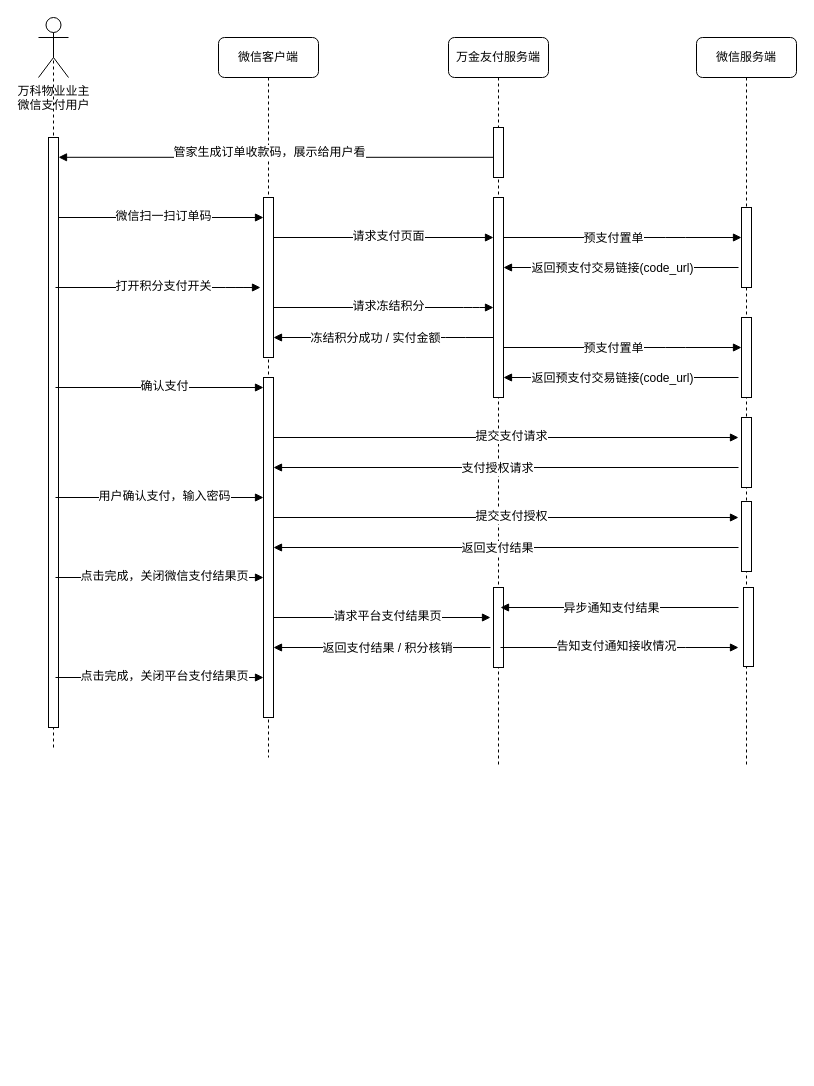
This is page "场景4-客户扫物业收款码支付" (4 of 4) of Member_Marketing_20191203.drawio from firefirefirewood/Hello-World, a draw.io file, before an edit. Source tidied: cells renumbered, new cells numbered last; positions are measured from the earlier drawing's top-left corner, leaving out a move shared by most shapes. Both pictures are drawn from the tidied source at 100%, with x=0, y=0 at pixel (38, 17).
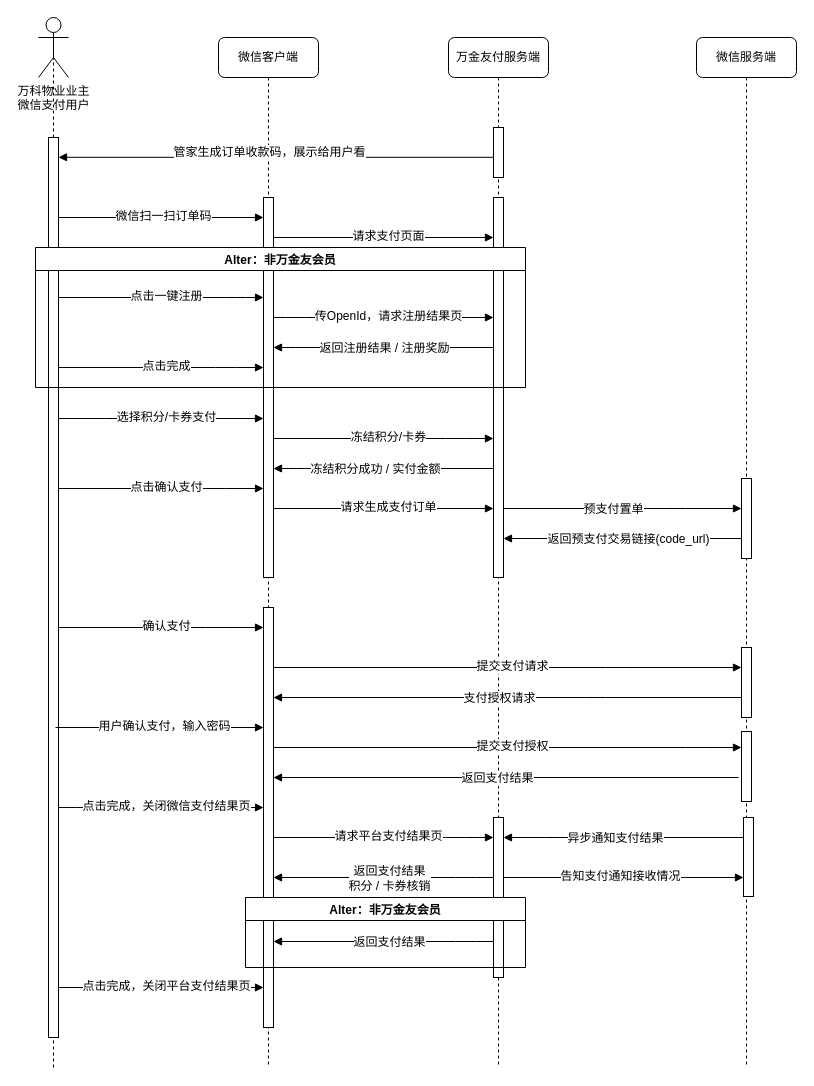
The same diagram, later.

The change refers to these unchanged cells:
```xml
<mxCell id="18" value="万科物业业主&lt;br&gt;微信支付用户" style="shape=umlActor;verticalLabelPosition=bottom;labelBackgroundColor=#ffffff;verticalAlign=top;html=1;outlineConnect=0;" parent="1" vertex="1">
  <mxGeometry width="30" height="60" as="geometry" />
</mxCell>
```

Diff of the diagram source:
```diff
@@
     <mxCell id="2" value="万金友付服务端" style="shape=umlLifeline;perimeter=lifelinePerimeter;whiteSpace=wrap;html=1;rounded=1;shadow=0;comic=0;labelBackgroundColor=none;strokeWidth=1;fontFamily=Verdana;fontSize=12;align=center;" parent="1" vertex="1">
-      <mxGeometry x="410" y="20" width="100" height="730" as="geometry" />
+      <mxGeometry x="410" y="20" width="100" height="1030" as="geometry" />
     </mxCell>
@@
     <mxCell id="4" style="html=1;points=[];perimeter=orthogonalPerimeter;rounded=0;shadow=0;comic=0;labelBackgroundColor=none;strokeWidth=1;fontFamily=Verdana;fontSize=12;align=center;" parent="2" vertex="1">
-      <mxGeometry x="45" y="160" width="10" height="200" as="geometry" />
+      <mxGeometry x="45" y="160" width="10" height="380" as="geometry" />
     </mxCell>
     <mxCell id="5" style="html=1;points=[];perimeter=orthogonalPerimeter;rounded=0;shadow=0;comic=0;labelBackgroundColor=none;strokeWidth=1;fontFamily=Verdana;fontSize=12;align=center;" parent="2" vertex="1">
-      <mxGeometry x="45" y="550" width="10" height="80" as="geometry" />
+      <mxGeometry x="45" y="780" width="10" height="160" as="geometry" />
     </mxCell>
     <mxCell id="6" value="微信服务端" style="shape=umlLifeline;perimeter=lifelinePerimeter;whiteSpace=wrap;html=1;rounded=1;shadow=0;comic=0;labelBackgroundColor=none;strokeWidth=1;fontFamily=Verdana;fontSize=12;align=center;" parent="1" vertex="1">
-      <mxGeometry x="658" y="20" width="100" height="730" as="geometry" />
+      <mxGeometry x="658" y="20" width="100" height="1030" as="geometry" />
     </mxCell>
     <mxCell id="7" style="html=1;points=[];perimeter=orthogonalPerimeter;rounded=0;shadow=0;comic=0;labelBackgroundColor=none;strokeWidth=1;fontFamily=Verdana;fontSize=12;align=center;" parent="6" vertex="1">
-      <mxGeometry x="45" y="380" width="10" height="70" as="geometry" />
+      <mxGeometry x="45" y="610" width="10" height="70" as="geometry" />
     </mxCell>
     <mxCell id="8" style="html=1;points=[];perimeter=orthogonalPerimeter;rounded=0;shadow=0;comic=0;labelBackgroundColor=none;strokeWidth=1;fontFamily=Verdana;fontSize=12;align=center;" parent="6" vertex="1">
-      <mxGeometry x="45" y="464" width="10" height="70" as="geometry" />
+      <mxGeometry x="45" y="694" width="10" height="70" as="geometry" />
     </mxCell>
     <mxCell id="9" style="html=1;points=[];perimeter=orthogonalPerimeter;rounded=0;shadow=0;comic=0;labelBackgroundColor=none;strokeWidth=1;fontFamily=Verdana;fontSize=12;align=center;" parent="6" vertex="1">
-      <mxGeometry x="47" y="550" width="10" height="79" as="geometry" />
+      <mxGeometry x="47" y="780" width="10" height="79" as="geometry" />
     </mxCell>
     <mxCell id="10" style="html=1;points=[];perimeter=orthogonalPerimeter;rounded=0;shadow=0;comic=0;labelBackgroundColor=none;strokeWidth=1;fontFamily=Verdana;fontSize=12;align=center;" parent="6" vertex="1">
-      <mxGeometry x="45" y="280" width="10" height="80" as="geometry" />
+      <mxGeometry x="45" y="441" width="10" height="80" as="geometry" />
     </mxCell>
     <mxCell id="11" value="微信客户端" style="shape=umlLifeline;perimeter=lifelinePerimeter;whiteSpace=wrap;html=1;rounded=1;shadow=0;comic=0;labelBackgroundColor=none;strokeWidth=1;fontFamily=Verdana;fontSize=12;align=center;" parent="1" vertex="1">
-      <mxGeometry x="180" y="20" width="100" height="720" as="geometry" />
+      <mxGeometry x="180" y="20" width="100" height="1030" as="geometry" />
     </mxCell>
     <mxCell id="12" style="html=1;points=[];perimeter=orthogonalPerimeter;rounded=0;shadow=0;comic=0;labelBackgroundColor=none;strokeWidth=1;fontFamily=Verdana;fontSize=12;align=center;" parent="11" vertex="1">
-      <mxGeometry x="45" y="160" width="10" height="160" as="geometry" />
+      <mxGeometry x="45" y="160" width="10" height="380" as="geometry" />
     </mxCell>
     <mxCell id="13" style="html=1;points=[];perimeter=orthogonalPerimeter;rounded=0;shadow=0;comic=0;labelBackgroundColor=none;strokeWidth=1;fontFamily=Verdana;fontSize=12;align=center;" parent="11" vertex="1">
-      <mxGeometry x="45" y="340" width="10" height="340" as="geometry" />
+      <mxGeometry x="45" y="570" width="10" height="420" as="geometry" />
     </mxCell>
@@
     <mxCell id="19" style="endArrow=none;dashed=1;html=1;strokeColor=#000000;entryX=0.5;entryY=0.5;entryDx=0;entryDy=0;entryPerimeter=0;" parent="1" edge="1" target="18">
       <mxGeometry relative="1" as="geometry">
-        <mxPoint x="15" y="730" as="sourcePoint" />
+        <mxPoint x="15" y="1050" as="sourcePoint" />
       </mxGeometry>
     </mxCell>
     <mxCell id="20" style="html=1;points=[];perimeter=orthogonalPerimeter;rounded=0;shadow=0;comic=0;labelBackgroundColor=none;strokeWidth=1;fontFamily=Verdana;fontSize=12;align=center;" parent="1" vertex="1">
-      <mxGeometry x="10" y="120" width="10" height="590" as="geometry" />
+      <mxGeometry x="10" y="120" width="10" height="900" as="geometry" />
     </mxCell>
     <mxCell id="21" style="html=1;verticalAlign=bottom;endArrow=block;labelBackgroundColor=none;fontFamily=Verdana;fontSize=12;elbow=vertical;" parent="1" edge="1">
       <mxGeometry relative="1" as="geometry">
-        <mxPoint x="235" y="290" as="sourcePoint" />
-        <mxPoint x="455" y="290" as="targetPoint" />
+        <mxPoint x="235" y="421" as="sourcePoint" />
+        <mxPoint x="455" y="421" as="targetPoint" />
         <Array as="points">
-          <mxPoint x="435" y="290" />
+          <mxPoint x="417" y="421" />
         </Array>
       </mxGeometry>
     </mxCell>
-    <mxCell id="22" value="请求冻结积分" style="text;html=1;align=center;verticalAlign=middle;labelBackgroundColor=#ffffff;" parent="21" vertex="1">
+    <mxCell id="22" value="冻结积分/卡券" style="text;html=1;align=center;verticalAlign=middle;labelBackgroundColor=#ffffff;" parent="21" vertex="1">
       <mxGeometry y="-10" relative="1" as="geometry">
         <mxPoint x="4.5" y="-12" as="offset" />
       </mxGeometry>
     </mxCell>
     <mxCell id="23" style="html=1;verticalAlign=bottom;endArrow=block;labelBackgroundColor=none;fontFamily=Verdana;fontSize=12;elbow=vertical;" parent="1" edge="1">
       <mxGeometry relative="1" as="geometry">
-        <mxPoint x="455" y="320" as="sourcePoint" />
-        <mxPoint x="235" y="320" as="targetPoint" />
+        <mxPoint x="455" y="451" as="sourcePoint" />
+        <mxPoint x="235" y="451" as="targetPoint" />
         <Array as="points">
-          <mxPoint x="417" y="320" />
+          <mxPoint x="257" y="451" />
         </Array>
       </mxGeometry>
     </mxCell>
@@
-    <mxCell id="25" style="html=1;verticalAlign=bottom;endArrow=block;labelBackgroundColor=none;fontFamily=Verdana;fontSize=12;elbow=vertical;" parent="1" edge="1" source="4" target="10">
+    <mxCell id="25" style="html=1;verticalAlign=bottom;endArrow=block;labelBackgroundColor=none;fontFamily=Verdana;fontSize=12;elbow=vertical;" parent="1" edge="1">
       <mxGeometry relative="1" as="geometry">
+        <mxPoint x="465" y="491" as="sourcePoint" />
+        <mxPoint x="703" y="491" as="targetPoint" />
         <Array as="points">
-          <mxPoint x="637" y="330" />
+          <mxPoint x="637" y="491" />
         </Array>
       </mxGeometry>
     </mxCell>
@@
-    <mxCell id="27" style="html=1;verticalAlign=bottom;endArrow=block;labelBackgroundColor=none;fontFamily=Verdana;fontSize=12;elbow=vertical;" parent="1" edge="1" target="4">
+    <mxCell id="27" style="html=1;verticalAlign=bottom;endArrow=block;labelBackgroundColor=none;fontFamily=Verdana;fontSize=12;elbow=vertical;" parent="1" edge="1" source="10">
       <mxGeometry relative="1" as="geometry">
-        <mxPoint x="700" y="360" as="sourcePoint" />
+        <mxPoint x="465" y="521" as="targetPoint" />
       </mxGeometry>
     </mxCell>
     <mxCell id="28" value="返回预支付交易链接(code_url)" style="text;html=1;align=center;verticalAlign=middle;labelBackgroundColor=#ffffff;" parent="27" vertex="1">
       <mxGeometry y="-10" relative="1" as="geometry">
-        <mxPoint x="-9" y="10" as="offset" />
+        <mxPoint x="5" y="10" as="offset" />
       </mxGeometry>
     </mxCell>
-    <mxCell id="29" style="html=1;verticalAlign=bottom;endArrow=block;labelBackgroundColor=none;fontFamily=Verdana;fontSize=12;elbow=vertical;" parent="1" edge="1">
+    <mxCell id="29" style="html=1;verticalAlign=bottom;endArrow=block;labelBackgroundColor=none;fontFamily=Verdana;fontSize=12;elbow=vertical;" parent="1" edge="1" source="13" target="7">
       <mxGeometry relative="1" as="geometry">
-        <mxPoint x="235" y="420" as="sourcePoint" />
-        <mxPoint x="700" y="420" as="targetPoint" />
+        <Array as="points">
+          <mxPoint x="577" y="650" />
+        </Array>
       </mxGeometry>
     </mxCell>
@@
-    <mxCell id="31" style="html=1;verticalAlign=bottom;endArrow=block;labelBackgroundColor=none;fontFamily=Verdana;fontSize=12;elbow=vertical;" parent="1" edge="1" target="13">
+    <mxCell id="31" style="html=1;verticalAlign=bottom;endArrow=block;labelBackgroundColor=none;fontFamily=Verdana;fontSize=12;elbow=vertical;" parent="1" edge="1" source="7" target="13">
       <mxGeometry relative="1" as="geometry">
-        <mxPoint x="700" y="450" as="sourcePoint" />
+        <Array as="points">
+          <mxPoint x="557" y="680" />
+        </Array>
       </mxGeometry>
     </mxCell>
@@
     <mxCell id="33" style="html=1;verticalAlign=bottom;endArrow=block;labelBackgroundColor=none;fontFamily=Verdana;fontSize=12;elbow=vertical;" parent="1" edge="1">
       <mxGeometry relative="1" as="geometry">
-        <mxPoint x="17" y="480" as="sourcePoint" />
-        <mxPoint x="225" y="480" as="targetPoint" />
+        <mxPoint x="17" y="710" as="sourcePoint" />
+        <mxPoint x="225" y="710" as="targetPoint" />
       </mxGeometry>
     </mxCell>
@@
-    <mxCell id="35" style="html=1;verticalAlign=bottom;endArrow=block;labelBackgroundColor=none;fontFamily=Verdana;fontSize=12;elbow=vertical;" parent="1" edge="1" source="13">
+    <mxCell id="35" style="html=1;verticalAlign=bottom;endArrow=block;labelBackgroundColor=none;fontFamily=Verdana;fontSize=12;elbow=vertical;" parent="1" edge="1" source="13" target="8">
       <mxGeometry relative="1" as="geometry">
-        <mxPoint x="700" y="500" as="targetPoint" />
+        <Array as="points">
+          <mxPoint x="657" y="730" />
+        </Array>
       </mxGeometry>
     </mxCell>
@@
     <mxCell id="37" style="html=1;verticalAlign=bottom;endArrow=block;labelBackgroundColor=none;fontFamily=Verdana;fontSize=12;elbow=vertical;" parent="1" edge="1" target="13">
       <mxGeometry relative="1" as="geometry">
-        <mxPoint x="700" y="530" as="sourcePoint" />
+        <mxPoint x="700" y="760" as="sourcePoint" />
       </mxGeometry>
     </mxCell>
@@
-    <mxCell id="39" style="html=1;verticalAlign=bottom;endArrow=block;labelBackgroundColor=none;fontFamily=Verdana;fontSize=12;elbow=vertical;" parent="1" edge="1">
+    <mxCell id="39" style="html=1;verticalAlign=bottom;endArrow=block;labelBackgroundColor=none;fontFamily=Verdana;fontSize=12;elbow=vertical;" parent="1" edge="1" source="5" target="9">
       <mxGeometry relative="1" as="geometry">
-        <mxPoint x="462" y="630" as="sourcePoint" />
-        <mxPoint x="700" y="630" as="targetPoint" />
         <Array as="points">
-          <mxPoint x="637" y="630" />
+          <mxPoint x="637" y="860" />
         </Array>
       </mxGeometry>
     </mxCell>
@@
-    <mxCell id="41" style="html=1;verticalAlign=bottom;endArrow=block;labelBackgroundColor=none;fontFamily=Verdana;fontSize=12;elbow=vertical;" parent="1" edge="1">
+    <mxCell id="41" style="html=1;verticalAlign=bottom;endArrow=block;labelBackgroundColor=none;fontFamily=Verdana;fontSize=12;elbow=vertical;" parent="1" edge="1" source="9" target="5">
       <mxGeometry relative="1" as="geometry">
-        <mxPoint x="700" y="590" as="sourcePoint" />
-        <mxPoint x="462" y="590" as="targetPoint" />
+        <Array as="points">
+          <mxPoint x="517" y="820" />
+        </Array>
       </mxGeometry>
     </mxCell>
@@
     <mxCell id="43" style="html=1;verticalAlign=bottom;endArrow=block;labelBackgroundColor=none;fontFamily=Verdana;fontSize=12;elbow=vertical;" parent="1" edge="1" target="13">
       <mxGeometry relative="1" as="geometry">
-        <mxPoint x="17" y="560" as="sourcePoint" />
+        <mxPoint x="20" y="790" as="sourcePoint" />
+        <Array as="points">
+          <mxPoint x="27" y="790" />
+        </Array>
       </mxGeometry>
     </mxCell>
@@
-    <mxCell id="45" style="html=1;verticalAlign=bottom;endArrow=block;labelBackgroundColor=none;fontFamily=Verdana;fontSize=12;elbow=vertical;" parent="1" edge="1" source="13">
+    <mxCell id="45" style="html=1;verticalAlign=bottom;endArrow=block;labelBackgroundColor=none;fontFamily=Verdana;fontSize=12;elbow=vertical;" parent="1" edge="1" source="13" target="5">
       <mxGeometry relative="1" as="geometry">
-        <mxPoint x="452" y="600" as="targetPoint" />
+        <Array as="points">
+          <mxPoint x="417" y="820" />
+        </Array>
       </mxGeometry>
     </mxCell>
@@
-    <mxCell id="47" style="html=1;verticalAlign=bottom;endArrow=block;labelBackgroundColor=none;fontFamily=Verdana;fontSize=12;elbow=vertical;" parent="1" edge="1" target="13">
+    <mxCell id="47" style="html=1;verticalAlign=bottom;endArrow=block;labelBackgroundColor=none;fontFamily=Verdana;fontSize=12;elbow=vertical;" parent="1" edge="1" source="5" target="13">
       <mxGeometry relative="1" as="geometry">
-        <mxPoint x="452" y="630" as="sourcePoint" />
+        <Array as="points">
+          <mxPoint x="427" y="860" />
+        </Array>
       </mxGeometry>
     </mxCell>
-    <mxCell id="48" value="返回支付结果 / 积分核销" style="text;html=1;align=center;verticalAlign=middle;labelBackgroundColor=#ffffff;" parent="47" vertex="1">
+    <mxCell id="48" value="返回支付结果&lt;br&gt;积分 /&amp;nbsp;卡券核销" style="text;html=1;align=center;verticalAlign=middle;labelBackgroundColor=#ffffff;" parent="47" vertex="1">
       <mxGeometry y="-10" relative="1" as="geometry">
         <mxPoint x="5.5" y="10" as="offset" />
       </mxGeometry>
     </mxCell>
     <mxCell id="49" style="html=1;verticalAlign=bottom;endArrow=block;labelBackgroundColor=none;fontFamily=Verdana;fontSize=12;elbow=vertical;" parent="1" edge="1">
       <mxGeometry relative="1" as="geometry">
-        <mxPoint x="17" y="660" as="sourcePoint" />
-        <mxPoint x="225" y="660" as="targetPoint" />
+        <mxPoint x="20" y="970" as="sourcePoint" />
+        <mxPoint x="225" y="970" as="targetPoint" />
       </mxGeometry>
     </mxCell>
@@
     <mxCell id="51" style="html=1;verticalAlign=bottom;endArrow=block;labelBackgroundColor=none;fontFamily=Verdana;fontSize=12;elbow=vertical;" parent="1" edge="1">
       <mxGeometry relative="1" as="geometry">
-        <mxPoint x="17" y="270" as="sourcePoint" />
-        <mxPoint x="222" y="270" as="targetPoint" />
+        <mxPoint x="20" y="401" as="sourcePoint" />
+        <mxPoint x="225" y="401" as="targetPoint" />
         <Array as="points">
-          <mxPoint x="197" y="270" />
+          <mxPoint x="77" y="401" />
         </Array>
       </mxGeometry>
     </mxCell>
-    <mxCell id="52" value="打开积分支付开关" style="text;html=1;align=center;verticalAlign=middle;labelBackgroundColor=#ffffff;" parent="51" vertex="1">
+    <mxCell id="52" value="选择积分/卡券支付" style="text;html=1;align=center;verticalAlign=middle;labelBackgroundColor=#ffffff;" parent="51" vertex="1">
       <mxGeometry y="-10" relative="1" as="geometry">
         <mxPoint x="4.5" y="-12" as="offset" />
       </mxGeometry>
     </mxCell>
@@
     <mxCell id="55" style="html=1;verticalAlign=bottom;endArrow=block;labelBackgroundColor=none;fontFamily=Verdana;fontSize=12;elbow=vertical;" parent="1" edge="1" target="13">
       <mxGeometry relative="1" as="geometry">
-        <mxPoint x="17" y="370" as="sourcePoint" />
+        <mxPoint x="20" y="610" as="sourcePoint" />
+        <Array as="points">
+          <mxPoint x="177" y="610" />
+        </Array>
       </mxGeometry>
     </mxCell>
@@
-    <mxCell id="57" style="html=1;perimeter=orthogonalPerimeter;rounded=0;shadow=0;comic=0;labelBackgroundColor=none;strokeWidth=1;fontFamily=Verdana;fontSize=12;align=center;" parent="1" vertex="1">
-      <mxGeometry x="703" y="190" width="10" height="80" as="geometry" />
-    </mxCell>
-    <mxCell id="58" style="html=1;verticalAlign=bottom;endArrow=block;labelBackgroundColor=none;fontFamily=Verdana;fontSize=12;elbow=vertical;" parent="1" edge="1">
-      <mxGeometry relative="1" as="geometry">
-        <mxPoint x="465" y="220" as="sourcePoint" />
-        <mxPoint x="703" y="220" as="targetPoint" />
-        <Array as="points">
-          <mxPoint x="637" y="220" />
-        </Array>
-      </mxGeometry>
-    </mxCell>
-    <mxCell id="59" value="预支付置单" style="text;html=1;align=center;verticalAlign=middle;labelBackgroundColor=#ffffff;" parent="58" vertex="1">
-      <mxGeometry y="-10" relative="1" as="geometry">
-        <mxPoint x="-10" y="-10" as="offset" />
-      </mxGeometry>
-    </mxCell>
-    <mxCell id="60" style="html=1;verticalAlign=bottom;endArrow=block;labelBackgroundColor=none;fontFamily=Verdana;fontSize=12;elbow=vertical;" parent="1" edge="1">
-      <mxGeometry relative="1" as="geometry">
-        <mxPoint x="700" y="250" as="sourcePoint" />
-        <mxPoint x="465" y="250" as="targetPoint" />
-      </mxGeometry>
-    </mxCell>
-    <mxCell id="61" value="返回预支付交易链接(code_url)" style="text;html=1;align=center;verticalAlign=middle;labelBackgroundColor=#ffffff;" parent="60" vertex="1">
-      <mxGeometry y="-10" relative="1" as="geometry">
-        <mxPoint x="-9" y="10" as="offset" />
-      </mxGeometry>
-    </mxCell>
+    <mxCell id="62" style="html=1;verticalAlign=bottom;endArrow=block;labelBackgroundColor=none;fontFamily=Verdana;fontSize=12;elbow=vertical;" parent="1" edge="1">
+      <mxGeometry relative="1" as="geometry">
+        <mxPoint x="20" y="471" as="sourcePoint" />
+        <mxPoint x="225" y="471" as="targetPoint" />
+        <Array as="points">
+          <mxPoint x="177" y="471" />
+        </Array>
+      </mxGeometry>
+    </mxCell>
+    <mxCell id="63" value="点击确认支付" style="text;html=1;align=center;verticalAlign=middle;labelBackgroundColor=#ffffff;" parent="62" vertex="1">
+      <mxGeometry y="-10" relative="1" as="geometry">
+        <mxPoint x="4.5" y="-12" as="offset" />
+      </mxGeometry>
+    </mxCell>
+    <mxCell id="64" style="html=1;verticalAlign=bottom;endArrow=block;labelBackgroundColor=none;fontFamily=Verdana;fontSize=12;elbow=vertical;" parent="1" edge="1">
+      <mxGeometry relative="1" as="geometry">
+        <mxPoint x="235" y="491" as="sourcePoint" />
+        <mxPoint x="455" y="491" as="targetPoint" />
+      </mxGeometry>
+    </mxCell>
+    <mxCell id="65" value="请求生成支付订单" style="text;html=1;align=center;verticalAlign=middle;labelBackgroundColor=#ffffff;" parent="64" vertex="1">
+      <mxGeometry y="-10" relative="1" as="geometry">
+        <mxPoint x="4.5" y="-12" as="offset" />
+      </mxGeometry>
+    </mxCell>
+    <mxCell id="66" value="Alter：非万金友会员" style="swimlane;" parent="1" vertex="1">
+      <mxGeometry x="-3" y="230" width="490" height="140" as="geometry" />
+    </mxCell>
+    <mxCell id="67" style="html=1;verticalAlign=bottom;endArrow=block;labelBackgroundColor=none;fontFamily=Verdana;fontSize=12;elbow=vertical;" parent="1" edge="1" source="20" target="12">
+      <mxGeometry relative="1" as="geometry">
+        <Array as="points">
+          <mxPoint x="197" y="280" />
+        </Array>
+      </mxGeometry>
+    </mxCell>
+    <mxCell id="68" value="点击一键注册" style="text;html=1;align=center;verticalAlign=middle;labelBackgroundColor=#ffffff;" parent="67" vertex="1">
+      <mxGeometry y="-10" relative="1" as="geometry">
+        <mxPoint x="4.5" y="-12" as="offset" />
+      </mxGeometry>
+    </mxCell>
+    <mxCell id="69" style="html=1;verticalAlign=bottom;endArrow=block;labelBackgroundColor=none;fontFamily=Verdana;fontSize=12;elbow=vertical;" parent="1" edge="1" source="12" target="4">
+      <mxGeometry relative="1" as="geometry">
+        <Array as="points">
+          <mxPoint x="257" y="300" />
+        </Array>
+      </mxGeometry>
+    </mxCell>
+    <mxCell id="70" value="传OpenId，请求注册结果页" style="text;html=1;align=center;verticalAlign=middle;labelBackgroundColor=#ffffff;" parent="69" vertex="1">
+      <mxGeometry y="-10" relative="1" as="geometry">
+        <mxPoint x="4.5" y="-12" as="offset" />
+      </mxGeometry>
+    </mxCell>
+    <mxCell id="71" style="html=1;verticalAlign=bottom;endArrow=block;labelBackgroundColor=none;fontFamily=Verdana;fontSize=12;elbow=vertical;" parent="1" edge="1" source="4" target="12">
+      <mxGeometry relative="1" as="geometry">
+        <Array as="points">
+          <mxPoint x="267" y="330" />
+        </Array>
+      </mxGeometry>
+    </mxCell>
+    <mxCell id="72" value="返回注册结果 /&amp;nbsp;注册奖励" style="text;html=1;align=center;verticalAlign=middle;labelBackgroundColor=#ffffff;" parent="71" vertex="1">
+      <mxGeometry y="-10" relative="1" as="geometry">
+        <mxPoint y="10" as="offset" />
+      </mxGeometry>
+    </mxCell>
+    <mxCell id="73" style="html=1;verticalAlign=bottom;endArrow=block;labelBackgroundColor=none;fontFamily=Verdana;fontSize=12;elbow=vertical;" parent="1" edge="1" source="20" target="12">
+      <mxGeometry relative="1" as="geometry">
+        <Array as="points">
+          <mxPoint x="187" y="350" />
+        </Array>
+      </mxGeometry>
+    </mxCell>
+    <mxCell id="74" value="点击完成" style="text;html=1;align=center;verticalAlign=middle;labelBackgroundColor=#ffffff;" parent="73" vertex="1">
+      <mxGeometry y="-10" relative="1" as="geometry">
+        <mxPoint x="4.5" y="-12" as="offset" />
+      </mxGeometry>
+    </mxCell>
+    <mxCell id="75" value="Alter：非万金友会员" style="swimlane;" parent="1" vertex="1">
+      <mxGeometry x="207" y="880" width="280" height="70" as="geometry" />
+    </mxCell>
+    <mxCell id="76" style="html=1;verticalAlign=bottom;endArrow=block;labelBackgroundColor=none;fontFamily=Verdana;fontSize=12;elbow=vertical;" parent="75" edge="1">
+      <mxGeometry relative="1" as="geometry">
+        <mxPoint x="248" y="44" as="sourcePoint" />
+        <mxPoint x="28" y="44" as="targetPoint" />
+        <Array as="points">
+          <mxPoint x="220" y="44" />
+        </Array>
+      </mxGeometry>
+    </mxCell>
+    <mxCell id="77" value="返回支付结果" style="text;html=1;align=center;verticalAlign=middle;labelBackgroundColor=#ffffff;" parent="76" vertex="1">
+      <mxGeometry y="-10" relative="1" as="geometry">
+        <mxPoint x="5.5" y="10" as="offset" />
+      </mxGeometry>
+    </mxCell>
```
